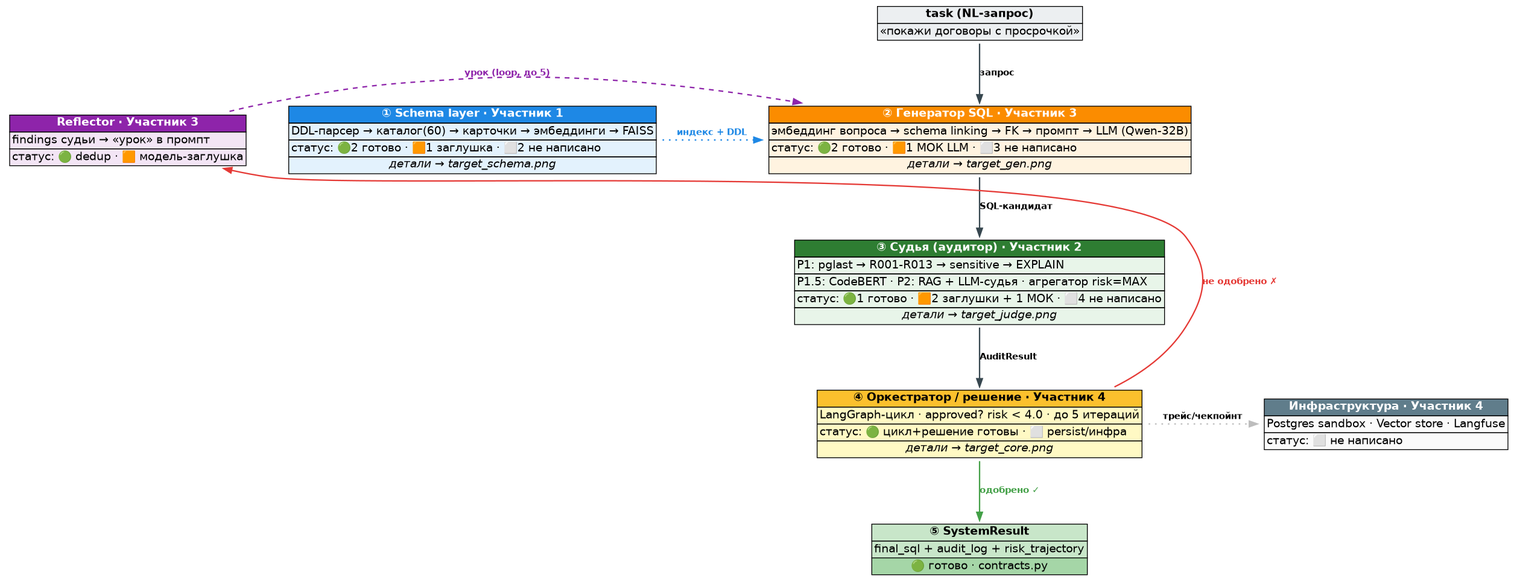
Above: docs/target_overview.png in DementievWoW/practicum2026_case3 (Graphviz), before the change. Its source is kept beside it as docs/target_overview.dot.
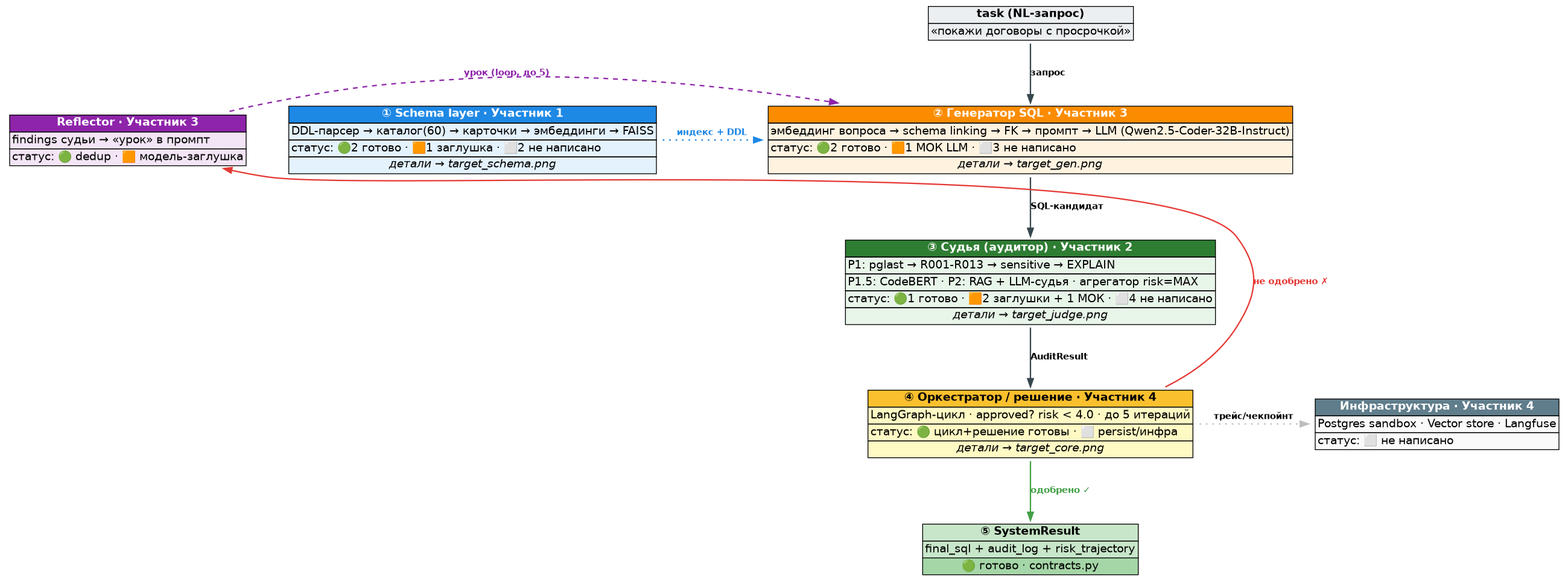
After the change.

What changed in the source:
```diff
@@ -18,7 +18,7 @@
 
     gen [label=<<table border="0" cellborder="1" cellspacing="0" bgcolor="#FFF3E0">
         <tr><td bgcolor="#FB8C00"><font color="white"><b>② Генератор SQL · Участник 3</b></font></td></tr>
-        <tr><td align="left">эмбеддинг вопроса → schema linking → FK → промпт → LLM (Qwen-32B)</td></tr>
+        <tr><td align="left">эмбеддинг вопроса → schema linking → FK → промпт → LLM (Qwen2.5-Coder-32B-Instruct)</td></tr>
         <tr><td align="left">статус: 🟢2 готово · 🟧1 МОК LLM · ⬜3 не написано</td></tr>
         <tr><td><i>детали → target_gen.png</i></td></tr></table>>];
 
```
